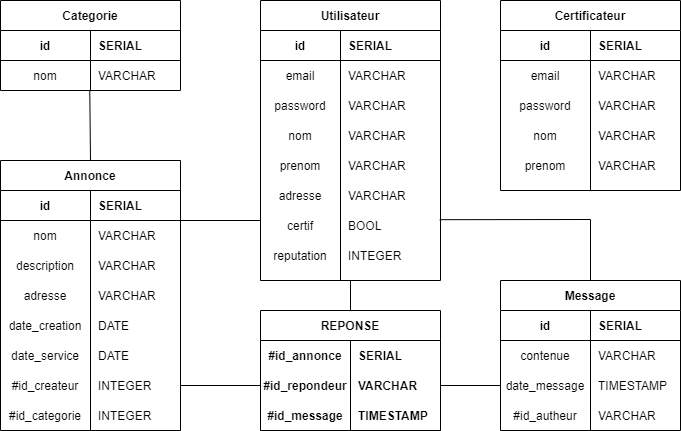
Earlier version of the draw.io export rapport/images/Schema-relationnel-BDD.png (SkavenWannabe/ArtEntraide). Source tidied: cells renumbered, new cells last; positions are measured from the earlier drawing's top-left corner, leaving out a move shared by most shapes.
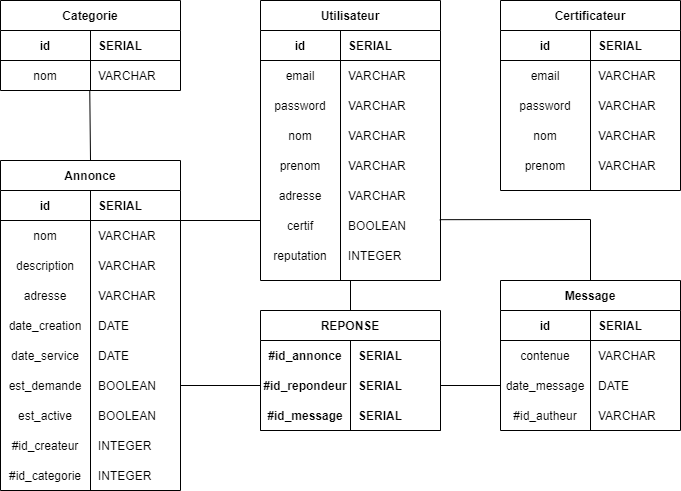
Above is the later version.

Diff of the diagram source:
```diff
@@ -65,7 +65,7 @@
     <mxCell id="22" value="certif" style="shape=partialRectangle;fillColor=none;top=0;left=0;bottom=0;right=0;fontStyle=0;overflow=hidden;" parent="21" vertex="1">
       <mxGeometry width="80" height="30" as="geometry" />
     </mxCell>
-    <mxCell id="23" value="BOOL" style="shape=partialRectangle;fillColor=none;top=0;left=0;bottom=0;right=0;align=left;spacingLeft=6;fontStyle=0;overflow=hidden;" parent="21" vertex="1">
+    <mxCell id="23" value="BOOLEAN" style="shape=partialRectangle;fillColor=none;top=0;left=0;bottom=0;right=0;align=left;spacingLeft=6;fontStyle=0;overflow=hidden;" parent="21" vertex="1">
       <mxGeometry x="80" width="100" height="30" as="geometry" />
     </mxCell>
     <mxCell id="24" style="shape=partialRectangle;fillColor=none;top=0;left=0;bottom=0;right=0;" parent="2" vertex="1">
@@ -78,7 +78,7 @@
       <mxGeometry x="80" width="100" height="30" as="geometry" />
     </mxCell>
     <mxCell id="27" value="Annonce" style="shape=table;startSize=30;rowLines=0;fontStyle=1;align=center;columnLines=1;resizeLastRow=0;" parent="1" vertex="1">
-      <mxGeometry y="160" width="180" height="270" as="geometry" />
+      <mxGeometry y="160" width="180" height="330" as="geometry" />
     </mxCell>
     <mxCell id="28" style="shape=partialRectangle;fillColor=none;top=0;left=0;bottom=1;right=0;" parent="27" vertex="1">
       <mxGeometry y="30" width="180" height="30" as="geometry" />
@@ -137,19 +137,19 @@
     <mxCell id="46" style="shape=partialRectangle;fillColor=none;top=0;left=0;bottom=0;right=0;points=[[0,0.5],[1,0.5]];portConstraint=eastwest;" parent="27" vertex="1">
       <mxGeometry y="210" width="180" height="30" as="geometry" />
     </mxCell>
-    <mxCell id="47" value="#id_createur" style="shape=partialRectangle;fillColor=none;top=0;left=0;bottom=0;right=0;fontStyle=0;overflow=hidden;" parent="46" vertex="1">
+    <mxCell id="47" value="est_demande" style="shape=partialRectangle;fillColor=none;top=0;left=0;bottom=0;right=0;fontStyle=0;overflow=hidden;" parent="46" vertex="1">
       <mxGeometry width="90" height="30" as="geometry" />
     </mxCell>
-    <mxCell id="48" value="INTEGER" style="shape=partialRectangle;fillColor=none;top=0;left=0;bottom=0;right=0;align=left;spacingLeft=6;fontStyle=0;overflow=hidden;" parent="46" vertex="1">
+    <mxCell id="48" value="BOOLEAN" style="shape=partialRectangle;fillColor=none;top=0;left=0;bottom=0;right=0;align=left;spacingLeft=6;fontStyle=0;overflow=hidden;" parent="46" vertex="1">
       <mxGeometry x="90" width="90" height="30" as="geometry" />
     </mxCell>
     <mxCell id="49" style="shape=partialRectangle;fillColor=none;top=0;left=0;bottom=0;right=0;" parent="27" vertex="1">
       <mxGeometry y="240" width="180" height="30" as="geometry" />
     </mxCell>
-    <mxCell id="50" value="#id_categorie" style="shape=partialRectangle;fillColor=none;top=0;left=0;bottom=0;right=0;fontStyle=0;overflow=hidden;" parent="49" vertex="1">
+    <mxCell id="50" value="est_active" style="shape=partialRectangle;fillColor=none;top=0;left=0;bottom=0;right=0;fontStyle=0;overflow=hidden;" parent="49" vertex="1">
       <mxGeometry width="90" height="30" as="geometry" />
     </mxCell>
-    <mxCell id="51" value="INTEGER" style="shape=partialRectangle;fillColor=none;top=0;left=0;bottom=0;right=0;align=left;spacingLeft=6;fontStyle=0;overflow=hidden;" parent="49" vertex="1">
+    <mxCell id="51" value="BOOLEAN" style="shape=partialRectangle;fillColor=none;top=0;left=0;bottom=0;right=0;align=left;spacingLeft=6;fontStyle=0;overflow=hidden;" parent="49" vertex="1">
       <mxGeometry x="90" width="90" height="30" as="geometry" />
     </mxCell>
     <mxCell id="52" value="Categorie" style="shape=table;startSize=30;rowLines=0;fontStyle=1;align=center;columnLines=1;resizeLastRow=0;" parent="1" vertex="1">
@@ -203,7 +203,7 @@
     <mxCell id="68" value="date_message" style="shape=partialRectangle;fillColor=none;top=0;left=0;bottom=0;right=0;fontStyle=0;overflow=hidden;" parent="67" vertex="1">
       <mxGeometry width="90" height="30" as="geometry" />
     </mxCell>
-    <mxCell id="69" value="TIMESTAMP" style="shape=partialRectangle;fillColor=none;top=0;left=0;bottom=0;right=0;align=left;spacingLeft=6;fontStyle=0;overflow=hidden;" parent="67" vertex="1">
+    <mxCell id="69" value="DATE" style="shape=partialRectangle;fillColor=none;top=0;left=0;bottom=0;right=0;align=left;spacingLeft=6;fontStyle=0;overflow=hidden;" parent="67" vertex="1">
       <mxGeometry x="90" width="90" height="30" as="geometry" />
     </mxCell>
     <mxCell id="70" style="shape=partialRectangle;fillColor=none;top=0;left=0;bottom=0;right=0;" parent="60" vertex="1">
@@ -233,7 +233,7 @@
     <mxCell id="78" value="#id_repondeur" style="shape=partialRectangle;fillColor=none;top=0;left=0;bottom=0;right=0;fontStyle=1;overflow=hidden;" parent="77" vertex="1">
       <mxGeometry width="90" height="30" as="geometry" />
     </mxCell>
-    <mxCell id="79" value="VARCHAR" style="shape=partialRectangle;fillColor=none;top=0;left=0;bottom=0;right=0;align=left;spacingLeft=6;overflow=hidden;perimeterSpacing=2;fontStyle=1;" parent="77" vertex="1">
+    <mxCell id="79" value="SERIAL" style="shape=partialRectangle;fillColor=none;top=0;left=0;bottom=0;right=0;align=left;spacingLeft=6;overflow=hidden;perimeterSpacing=2;fontStyle=1;" parent="77" vertex="1">
       <mxGeometry x="90" width="90" height="30" as="geometry" />
     </mxCell>
     <mxCell id="80" style="shape=partialRectangle;fillColor=none;top=0;left=0;bottom=1;right=0;" parent="73" vertex="1">
@@ -242,7 +242,7 @@
     <mxCell id="81" value="#id_message" style="shape=partialRectangle;fillColor=none;top=0;left=0;bottom=0;right=0;fontStyle=1;overflow=hidden;perimeterSpacing=2;" parent="80" vertex="1">
       <mxGeometry width="90" height="30" as="geometry" />
     </mxCell>
-    <mxCell id="82" value="TIMESTAMP" style="shape=partialRectangle;fillColor=none;top=0;left=0;bottom=0;right=0;align=left;spacingLeft=6;fontStyle=1;overflow=hidden;perimeterSpacing=2;" parent="80" vertex="1">
+    <mxCell id="82" value="SERIAL" style="shape=partialRectangle;fillColor=none;top=0;left=0;bottom=0;right=0;align=left;spacingLeft=6;fontStyle=1;overflow=hidden;perimeterSpacing=2;" parent="80" vertex="1">
       <mxGeometry x="90" width="90" height="30" as="geometry" />
     </mxCell>
     <mxCell id="83" style="endArrow=none;html=1;exitX=1;exitY=0.5;exitDx=0;exitDy=0;entryX=0;entryY=0.5;entryDx=0;entryDy=0;" parent="1" edge="1" source="46" target="77">
@@ -315,5 +315,23 @@
     <mxCell id="103" value="VARCHAR" style="shape=partialRectangle;fillColor=none;top=0;left=0;bottom=0;right=0;align=left;spacingLeft=6;fontStyle=0;overflow=hidden;" parent="101" vertex="1">
       <mxGeometry x="90" width="90" height="30" as="geometry" />
     </mxCell>
+    <mxCell id="104" style="shape=partialRectangle;fillColor=none;top=0;left=0;bottom=0;right=0;" parent="1" vertex="1">
+      <mxGeometry y="460" width="180" height="30" as="geometry" />
+    </mxCell>
+    <mxCell id="105" value="#id_categorie" style="shape=partialRectangle;fillColor=none;top=0;left=0;bottom=0;right=0;fontStyle=0;overflow=hidden;" parent="104" vertex="1">
+      <mxGeometry width="90" height="30" as="geometry" />
+    </mxCell>
+    <mxCell id="106" value="INTEGER" style="shape=partialRectangle;fillColor=none;top=0;left=0;bottom=0;right=0;align=left;spacingLeft=6;fontStyle=0;overflow=hidden;" parent="104" vertex="1">
+      <mxGeometry x="90" width="90" height="30" as="geometry" />
+    </mxCell>
+    <mxCell id="107" style="shape=partialRectangle;fillColor=none;top=0;left=0;bottom=0;right=0;" parent="1" vertex="1">
+      <mxGeometry y="430" width="180" height="30" as="geometry" />
+    </mxCell>
+    <mxCell id="108" value="#id_createur" style="shape=partialRectangle;fillColor=none;top=0;left=0;bottom=0;right=0;fontStyle=0;overflow=hidden;" parent="107" vertex="1">
+      <mxGeometry width="90" height="30" as="geometry" />
+    </mxCell>
+    <mxCell id="109" value="INTEGER" style="shape=partialRectangle;fillColor=none;top=0;left=0;bottom=0;right=0;align=left;spacingLeft=6;fontStyle=0;overflow=hidden;" parent="107" vertex="1">
+      <mxGeometry x="90" width="90" height="30" as="geometry" />
+    </mxCell>
   </root>
 </mxGraphModel>
```
